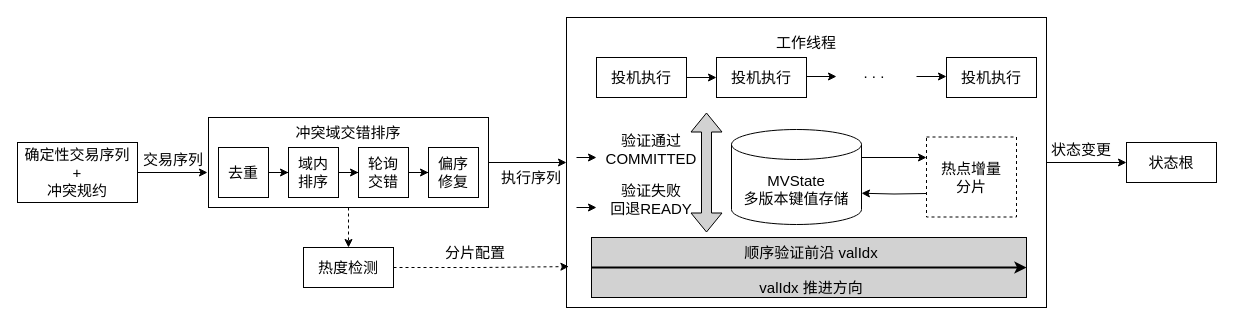
Before: page "第 6 页" (4 of 8) of 论文手绘图.drawio in cynic-1/Graphs, a draw.io diagram. Source tidied: cells renumbered, new cells numbered last; positions are measured from the earlier drawing's top-left corner, leaving out a move shared by most shapes. Both pictures are drawn from the tidied source at 100%, with x=0, y=0 at pixel (17, 17).
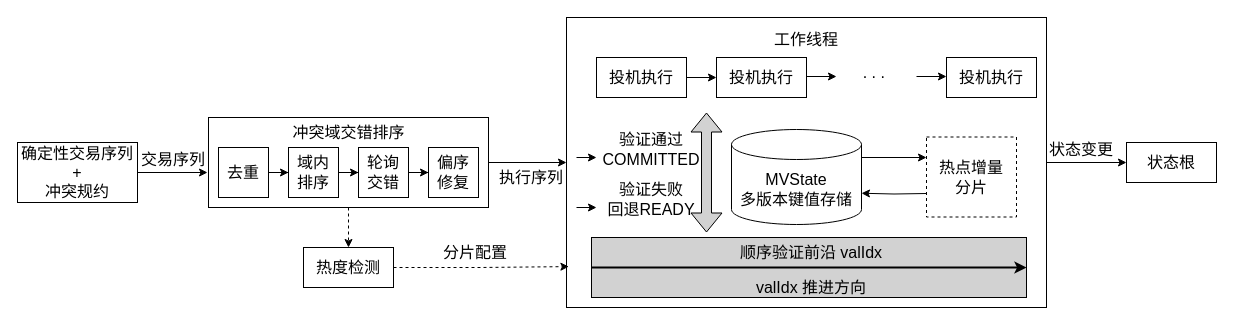
The same diagram, later.

Commit message:
更新论文手绘图.drawio

The edit, as a diff of the source:
```diff
@@
-    <mxCell id="2" style="edgeStyle=orthogonalEdgeStyle;rounded=0;jettySize=auto;html=1;entryX=0.5;entryY=0;entryDx=0;entryDy=0;dashed=1;" parent="1" edge="1" source="4" target="15">
+    <mxCell id="2" style="edgeStyle=orthogonalEdgeStyle;rounded=0;jettySize=auto;html=1;entryX=0.5;entryY=0;entryDx=0;entryDy=0;dashed=1;fontSize=16;" parent="1" edge="1" source="4" target="15">
       <mxGeometry relative="1" as="geometry" />
     </mxCell>
-    <mxCell id="3" style="edgeStyle=orthogonalEdgeStyle;rounded=0;jettySize=auto;html=1;entryX=0;entryY=0.5;entryDx=0;entryDy=0;" parent="1" edge="1" source="4" target="17">
+    <mxCell id="3" style="edgeStyle=orthogonalEdgeStyle;rounded=0;jettySize=auto;html=1;entryX=0;entryY=0.5;entryDx=0;entryDy=0;fontSize=16;" parent="1" edge="1" source="4" target="17">
       <mxGeometry relative="1" as="geometry" />
     </mxCell>
-    <mxCell id="4" style="rounded=0;whiteSpace=wrap;html=1;" parent="1" vertex="1">
+    <mxCell id="4" style="rounded=0;whiteSpace=wrap;html=1;fontSize=16;" parent="1" vertex="1">
       <mxGeometry x="191" y="100" width="280" height="90" as="geometry" />
     </mxCell>
-    <mxCell id="5" style="edgeStyle=orthogonalEdgeStyle;rounded=0;orthogonalLoop=1;jettySize=auto;html=1;entryX=0;entryY=0.5;entryDx=0;entryDy=0;" parent="1" edge="1">
+    <mxCell id="5" style="edgeStyle=orthogonalEdgeStyle;rounded=0;orthogonalLoop=1;jettySize=auto;html=1;entryX=0;entryY=0.5;entryDx=0;entryDy=0;fontSize=16;" parent="1" edge="1">
       <mxGeometry relative="1" as="geometry">
         <mxPoint x="120" y="155" as="sourcePoint" />
         <mxPoint x="190" y="155" as="targetPoint" />
       </mxGeometry>
     </mxCell>
-    <mxCell id="6" value="&lt;font style=&quot;font-size: 15px;&quot;&gt;确定性交易序列&lt;/font&gt;&lt;div&gt;&lt;font style=&quot;font-size: 15px;&quot;&gt;+&lt;/font&gt;&lt;/div&gt;&lt;div&gt;&lt;font style=&quot;font-size: 15px;&quot;&gt;冲突规约&lt;/font&gt;&lt;/div&gt;" style="rounded=0;whiteSpace=wrap;html=1;" parent="1" vertex="1">
+    <mxCell id="6" value="&lt;font&gt;确定性交易序列&lt;/font&gt;&lt;div&gt;&lt;font&gt;+&lt;/font&gt;&lt;/div&gt;&lt;div&gt;&lt;font&gt;冲突规约&lt;/font&gt;&lt;/div&gt;" style="rounded=0;whiteSpace=wrap;html=1;fontSize=16;" parent="1" vertex="1">
       <mxGeometry y="125" width="120" height="60" as="geometry" />
     </mxCell>
-    <mxCell id="7" value="&lt;font style=&quot;font-size: 15px;&quot;&gt;冲突域交错排序&lt;/font&gt;" style="text;html=1;whiteSpace=wrap;strokeColor=none;fillColor=none;align=center;verticalAlign=middle;rounded=0;" parent="1" vertex="1">
-      <mxGeometry x="276" y="100" width="110" height="30" as="geometry" />
+    <mxCell id="7" value="&lt;font&gt;冲突域交错排序&lt;/font&gt;" style="text;html=1;whiteSpace=wrap;strokeColor=none;fillColor=none;align=center;verticalAlign=middle;rounded=0;fontSize=16;" parent="1" vertex="1">
+      <mxGeometry x="269.5" y="100" width="123" height="30" as="geometry" />
     </mxCell>
-    <mxCell id="8" style="edgeStyle=orthogonalEdgeStyle;rounded=0;jettySize=auto;html=1;exitX=1;exitY=0.5;exitDx=0;exitDy=0;" parent="1" edge="1" source="9" target="11">
+    <mxCell id="8" style="edgeStyle=orthogonalEdgeStyle;rounded=0;jettySize=auto;html=1;exitX=1;exitY=0.5;exitDx=0;exitDy=0;fontSize=16;" parent="1" edge="1" source="9" target="11">
       <mxGeometry relative="1" as="geometry" />
     </mxCell>
-    <mxCell id="9" value="去重" style="rounded=0;whiteSpace=wrap;html=1;fontSize=15;" parent="1" vertex="1">
+    <mxCell id="9" value="去重" style="rounded=0;whiteSpace=wrap;html=1;fontSize=16;" parent="1" vertex="1">
       <mxGeometry x="201" y="130" width="50" height="50" as="geometry" />
     </mxCell>
-    <mxCell id="10" style="edgeStyle=orthogonalEdgeStyle;rounded=0;jettySize=auto;html=1;" parent="1" edge="1" source="11" target="13">
+    <mxCell id="10" style="edgeStyle=orthogonalEdgeStyle;rounded=0;jettySize=auto;html=1;fontSize=16;" parent="1" edge="1" source="11" target="13">
       <mxGeometry relative="1" as="geometry" />
     </mxCell>
-    <mxCell id="11" value="域内&lt;div&gt;排序&lt;/div&gt;" style="rounded=0;whiteSpace=wrap;html=1;fontSize=15;" parent="1" vertex="1">
+    <mxCell id="11" value="域内&lt;div&gt;排序&lt;/div&gt;" style="rounded=0;whiteSpace=wrap;html=1;fontSize=16;" parent="1" vertex="1">
       <mxGeometry x="271" y="130" width="50" height="50" as="geometry" />
     </mxCell>
-    <mxCell id="12" style="edgeStyle=orthogonalEdgeStyle;rounded=0;jettySize=auto;html=1;entryX=0;entryY=0.5;entryDx=0;entryDy=0;" parent="1" edge="1" source="13" target="14">
+    <mxCell id="12" style="edgeStyle=orthogonalEdgeStyle;rounded=0;jettySize=auto;html=1;entryX=0;entryY=0.5;entryDx=0;entryDy=0;fontSize=16;" parent="1" edge="1" source="13" target="14">
       <mxGeometry relative="1" as="geometry" />
     </mxCell>
-    <mxCell id="13" value="轮询&lt;div&gt;交错&lt;/div&gt;" style="rounded=0;whiteSpace=wrap;html=1;fontSize=15;fontFamily=Helvetica;" parent="1" vertex="1">
+    <mxCell id="13" value="轮询&lt;div&gt;交错&lt;/div&gt;" style="rounded=0;whiteSpace=wrap;html=1;fontSize=16;fontFamily=Helvetica;" parent="1" vertex="1">
       <mxGeometry x="341" y="130" width="50" height="50" as="geometry" />
     </mxCell>
-    <mxCell id="14" value="偏序&lt;div&gt;修复&lt;/div&gt;" style="rounded=0;whiteSpace=wrap;html=1;fontSize=15;" parent="1" vertex="1">
+    <mxCell id="14" value="偏序&lt;div&gt;修复&lt;/div&gt;" style="rounded=0;whiteSpace=wrap;html=1;fontSize=16;" parent="1" vertex="1">
       <mxGeometry x="411" y="130" width="50" height="50" as="geometry" />
     </mxCell>
-    <mxCell id="15" value="热度检测" style="rounded=0;whiteSpace=wrap;html=1;fontSize=15;" parent="1" vertex="1">
+    <mxCell id="15" value="热度检测" style="rounded=0;whiteSpace=wrap;html=1;fontSize=16;" parent="1" vertex="1">
       <mxGeometry x="286" y="230" width="90" height="40" as="geometry" />
     </mxCell>
-    <mxCell id="16" style="edgeStyle=orthogonalEdgeStyle;rounded=0;jettySize=auto;html=1;exitX=1;exitY=0.5;exitDx=0;exitDy=0;entryX=0;entryY=0.5;entryDx=0;entryDy=0;" parent="1" edge="1" source="17" target="41">
+    <mxCell id="16" style="edgeStyle=orthogonalEdgeStyle;rounded=0;jettySize=auto;html=1;exitX=1;exitY=0.5;exitDx=0;exitDy=0;entryX=0;entryY=0.5;entryDx=0;entryDy=0;fontSize=16;" parent="1" edge="1" source="17" target="41">
       <mxGeometry relative="1" as="geometry" />
     </mxCell>
-    <mxCell id="17" style="rounded=0;whiteSpace=wrap;html=1;" parent="1" vertex="1">
+    <mxCell id="17" style="rounded=0;whiteSpace=wrap;html=1;fontSize=16;" parent="1" vertex="1">
       <mxGeometry x="549" width="480" height="290" as="geometry" />
     </mxCell>
-    <mxCell id="18" value="工作线程" style="text;html=1;whiteSpace=wrap;strokeColor=none;fillColor=none;align=center;verticalAlign=middle;rounded=0;fontSize=15;" parent="1" vertex="1">
-      <mxGeometry x="734" y="10" width="110" height="30" as="geometry" />
+    <mxCell id="18" value="工作线程" style="text;html=1;whiteSpace=wrap;strokeColor=none;fillColor=none;align=center;verticalAlign=middle;rounded=0;fontSize=16;" parent="1" vertex="1">
+      <mxGeometry x="734" y="7" width="110" height="30" as="geometry" />
     </mxCell>
-    <mxCell id="19" style="edgeStyle=orthogonalEdgeStyle;rounded=0;jettySize=auto;html=1;entryX=0.005;entryY=0.859;entryDx=0;entryDy=0;entryPerimeter=0;dashed=1;" parent="1" edge="1" source="15" target="17">
+    <mxCell id="19" style="edgeStyle=orthogonalEdgeStyle;rounded=0;jettySize=auto;html=1;entryX=0.005;entryY=0.859;entryDx=0;entryDy=0;entryPerimeter=0;dashed=1;fontSize=16;" parent="1" edge="1" source="15" target="17">
       <mxGeometry relative="1" as="geometry" />
     </mxCell>
-    <mxCell id="20" value="分片配置" style="text;html=1;whiteSpace=wrap;strokeColor=none;fillColor=none;align=center;verticalAlign=middle;rounded=0;fontSize=15;" parent="1" vertex="1">
+    <mxCell id="20" value="分片配置" style="text;html=1;whiteSpace=wrap;strokeColor=none;fillColor=none;align=center;verticalAlign=middle;rounded=0;fontSize=16;" parent="1" vertex="1">
       <mxGeometry x="403" y="220" width="110" height="30" as="geometry" />
     </mxCell>
-    <mxCell id="21" style="edgeStyle=orthogonalEdgeStyle;rounded=0;jettySize=auto;html=1;entryX=0;entryY=0.5;entryDx=0;entryDy=0;" parent="1" edge="1" source="22" target="23">
+    <mxCell id="21" style="edgeStyle=orthogonalEdgeStyle;rounded=0;jettySize=auto;html=1;entryX=0;entryY=0.5;entryDx=0;entryDy=0;fontSize=16;" parent="1" edge="1" source="22" target="23">
       <mxGeometry relative="1" as="geometry" />
     </mxCell>
-    <mxCell id="22" value="投机执行" style="rounded=0;whiteSpace=wrap;html=1;fontSize=15;" parent="1" vertex="1">
+    <mxCell id="22" value="投机执行" style="rounded=0;whiteSpace=wrap;html=1;fontSize=16;" parent="1" vertex="1">
       <mxGeometry x="579" y="40" width="90" height="40" as="geometry" />
     </mxCell>
-    <mxCell id="23" value="投机执行" style="rounded=0;whiteSpace=wrap;html=1;fontSize=15;" parent="1" vertex="1">
+    <mxCell id="23" value="投机执行" style="rounded=0;whiteSpace=wrap;html=1;fontSize=16;" parent="1" vertex="1">
       <mxGeometry x="699" y="40" width="90" height="40" as="geometry" />
     </mxCell>
-    <mxCell id="24" value="投机执行" style="rounded=0;whiteSpace=wrap;html=1;fontSize=15;" parent="1" vertex="1">
+    <mxCell id="24" value="投机执行" style="rounded=0;whiteSpace=wrap;html=1;fontSize=16;" parent="1" vertex="1">
       <mxGeometry x="929" y="40" width="90" height="40" as="geometry" />
     </mxCell>
-    <mxCell id="25" style="edgeStyle=orthogonalEdgeStyle;rounded=0;orthogonalLoop=1;jettySize=auto;html=1;entryX=0;entryY=0.5;entryDx=0;entryDy=0;" parent="1" edge="1">
+    <mxCell id="25" style="edgeStyle=orthogonalEdgeStyle;rounded=0;orthogonalLoop=1;jettySize=auto;html=1;entryX=0;entryY=0.5;entryDx=0;entryDy=0;fontSize=16;" parent="1" edge="1">
       <mxGeometry relative="1" as="geometry">
         <mxPoint x="789" y="59" as="sourcePoint" />
         <mxPoint x="819" y="59" as="targetPoint" />
       </mxGeometry>
     </mxCell>
-    <mxCell id="26" value=". . .&amp;nbsp;" style="text;html=1;whiteSpace=wrap;strokeColor=none;fillColor=none;align=center;verticalAlign=middle;rounded=0;fontSize=15;" parent="1" vertex="1">
+    <mxCell id="26" value=". . .&amp;nbsp;" style="text;html=1;whiteSpace=wrap;strokeColor=none;fillColor=none;align=center;verticalAlign=middle;rounded=0;fontSize=16;" parent="1" vertex="1">
       <mxGeometry x="819" y="40" width="80" height="30" as="geometry" />
     </mxCell>
-    <mxCell id="27" style="edgeStyle=orthogonalEdgeStyle;rounded=0;orthogonalLoop=1;jettySize=auto;html=1;entryX=0;entryY=0.5;entryDx=0;entryDy=0;" parent="1" edge="1">
+    <mxCell id="27" style="edgeStyle=orthogonalEdgeStyle;rounded=0;orthogonalLoop=1;jettySize=auto;html=1;entryX=0;entryY=0.5;entryDx=0;entryDy=0;fontSize=16;" parent="1" edge="1">
       <mxGeometry relative="1" as="geometry">
         <mxPoint x="899" y="59" as="sourcePoint" />
         <mxPoint x="929" y="59" as="targetPoint" />
       </mxGeometry>
     </mxCell>
-    <mxCell id="28" style="edgeStyle=orthogonalEdgeStyle;rounded=0;orthogonalLoop=1;jettySize=auto;html=1;entryX=0;entryY=0.5;entryDx=0;entryDy=0;" parent="1" edge="1">
+    <mxCell id="28" style="edgeStyle=orthogonalEdgeStyle;rounded=0;orthogonalLoop=1;jettySize=auto;html=1;entryX=0;entryY=0.5;entryDx=0;entryDy=0;fontSize=16;" parent="1" edge="1">
       <mxGeometry relative="1" as="geometry">
         <mxPoint x="559" y="140" as="sourcePoint" />
         <mxPoint x="579" y="140" as="targetPoint" />
       </mxGeometry>
     </mxCell>
-    <mxCell id="29" value="验证通过&lt;div&gt;COMMITTED&lt;/div&gt;" style="text;html=1;whiteSpace=wrap;strokeColor=none;fillColor=none;align=center;verticalAlign=middle;rounded=0;fontSize=15;" parent="1" vertex="1">
+    <mxCell id="29" value="验证通过&lt;div&gt;COMMITTED&lt;/div&gt;" style="text;html=1;whiteSpace=wrap;strokeColor=none;fillColor=none;align=center;verticalAlign=middle;rounded=0;fontSize=16;" parent="1" vertex="1">
       <mxGeometry x="579" y="107" width="110" height="50" as="geometry" />
     </mxCell>
-    <mxCell id="30" style="edgeStyle=orthogonalEdgeStyle;rounded=0;orthogonalLoop=1;jettySize=auto;html=1;entryX=0;entryY=0.5;entryDx=0;entryDy=0;" parent="1" edge="1">
+    <mxCell id="30" style="edgeStyle=orthogonalEdgeStyle;rounded=0;orthogonalLoop=1;jettySize=auto;html=1;entryX=0;entryY=0.5;entryDx=0;entryDy=0;fontSize=16;" parent="1" edge="1">
       <mxGeometry relative="1" as="geometry">
         <mxPoint x="559" y="190" as="sourcePoint" />
         <mxPoint x="579" y="190" as="targetPoint" />
       </mxGeometry>
     </mxCell>
-    <mxCell id="31" value="验证失败&lt;div&gt;回退READY&lt;/div&gt;" style="text;html=1;whiteSpace=wrap;strokeColor=none;fillColor=none;align=center;verticalAlign=middle;rounded=0;fontSize=15;" parent="1" vertex="1">
+    <mxCell id="31" value="验证失败&lt;div&gt;回退READY&lt;/div&gt;" style="text;html=1;whiteSpace=wrap;strokeColor=none;fillColor=none;align=center;verticalAlign=middle;rounded=0;fontSize=16;" parent="1" vertex="1">
       <mxGeometry x="579" y="157" width="110" height="50" as="geometry" />
     </mxCell>
-    <mxCell id="32" value="&lt;font style=&quot;font-size: 15px;&quot;&gt;MVState&lt;/font&gt;&lt;div&gt;&lt;font style=&quot;font-size: 15px;&quot;&gt;多版本键值存储&lt;/font&gt;&lt;/div&gt;" style="shape=cylinder3;whiteSpace=wrap;html=1;boundedLbl=1;backgroundOutline=1;size=15;" parent="1" vertex="1">
+    <mxCell id="32" value="&lt;font&gt;MVState&lt;/font&gt;&lt;div&gt;&lt;font&gt;多版本键值存储&lt;/font&gt;&lt;/div&gt;" style="shape=cylinder3;whiteSpace=wrap;html=1;boundedLbl=1;backgroundOutline=1;size=15;fontSize=16;" parent="1" vertex="1">
       <mxGeometry x="714" y="112" width="130" height="95" as="geometry" />
     </mxCell>
-    <mxCell id="33" value="热点增量&lt;div&gt;分片&lt;/div&gt;" style="rounded=0;whiteSpace=wrap;html=1;fontSize=15;dashed=1;" parent="1" vertex="1">
+    <mxCell id="33" value="热点增量&lt;div&gt;分片&lt;/div&gt;" style="rounded=0;whiteSpace=wrap;html=1;fontSize=16;dashed=1;" parent="1" vertex="1">
       <mxGeometry x="909" y="119.5" width="90" height="80" as="geometry" />
     </mxCell>
-    <mxCell id="34" style="edgeStyle=orthogonalEdgeStyle;rounded=0;orthogonalLoop=1;jettySize=auto;html=1;" parent="1" edge="1">
+    <mxCell id="34" style="edgeStyle=orthogonalEdgeStyle;rounded=0;orthogonalLoop=1;jettySize=auto;html=1;fontSize=16;" parent="1" edge="1">
       <mxGeometry relative="1" as="geometry">
         <mxPoint x="844" y="140" as="sourcePoint" />
         <mxPoint x="909" y="140" as="targetPoint" />
       </mxGeometry>
     </mxCell>
-    <mxCell id="35" style="edgeStyle=orthogonalEdgeStyle;rounded=0;jettySize=auto;html=1;entryX=1;entryY=0;entryDx=0;entryDy=63.75;entryPerimeter=0;" parent="1" edge="1" target="32">
+    <mxCell id="35" style="edgeStyle=orthogonalEdgeStyle;rounded=0;jettySize=auto;html=1;entryX=1;entryY=0;entryDx=0;entryDy=63.75;entryPerimeter=0;fontSize=16;" parent="1" edge="1" target="32">
       <mxGeometry relative="1" as="geometry">
         <mxPoint x="909" y="176" as="sourcePoint" />
       </mxGeometry>
     </mxCell>
-    <mxCell id="36" style="rounded=0;whiteSpace=wrap;html=1;fillColor=#D2D2D2;" parent="1" vertex="1">
+    <mxCell id="36" style="rounded=0;whiteSpace=wrap;html=1;fillColor=#D2D2D2;fontSize=16;" parent="1" vertex="1">
       <mxGeometry x="574" y="220" width="435" height="60" as="geometry" />
     </mxCell>
-    <mxCell id="37" value="顺序验证前沿 valIdx" style="text;html=1;whiteSpace=wrap;strokeColor=none;fillColor=none;align=center;verticalAlign=middle;rounded=0;fontSize=15;" parent="1" vertex="1">
+    <mxCell id="37" value="顺序验证前沿 valIdx" style="text;html=1;whiteSpace=wrap;strokeColor=none;fillColor=none;align=center;verticalAlign=middle;rounded=0;fontSize=16;" parent="1" vertex="1">
       <mxGeometry x="619" y="220" width="350" height="30" as="geometry" />
     </mxCell>
-    <mxCell id="38" value="valIdx 推进方向" style="text;html=1;whiteSpace=wrap;strokeColor=none;fillColor=none;align=center;verticalAlign=middle;rounded=0;fontSize=15;" parent="1" vertex="1">
+    <mxCell id="38" value="valIdx 推进方向" style="text;html=1;whiteSpace=wrap;strokeColor=none;fillColor=none;align=center;verticalAlign=middle;rounded=0;fontSize=16;" parent="1" vertex="1">
       <mxGeometry x="619" y="255" width="350" height="30" as="geometry" />
     </mxCell>
-    <mxCell id="39" style="endArrow=classic;html=1;rounded=0;entryX=1;entryY=0.5;entryDx=0;entryDy=0;exitX=0;exitY=0.5;exitDx=0;exitDy=0;strokeWidth=2;" parent="1" edge="1" source="36" target="36">
+    <mxCell id="39" style="endArrow=classic;html=1;rounded=0;entryX=1;entryY=0.5;entryDx=0;entryDy=0;exitX=0;exitY=0.5;exitDx=0;exitDy=0;strokeWidth=2;fontSize=16;" parent="1" edge="1" source="36" target="36">
       <mxGeometry relative="1" as="geometry" />
     </mxCell>
-    <mxCell id="40" style="shape=flexArrow;endArrow=classic;startArrow=classic;html=1;rounded=0;fillColor=#D2D2D2;" parent="1" edge="1">
+    <mxCell id="40" style="shape=flexArrow;endArrow=classic;startArrow=classic;html=1;rounded=0;fillColor=#D2D2D2;fontSize=16;" parent="1" edge="1">
       <mxGeometry relative="1" as="geometry">
         <mxPoint x="689" y="215" as="sourcePoint" />
         <mxPoint x="689" y="95" as="targetPoint" />
       </mxGeometry>
     </mxCell>
-    <mxCell id="41" value="状态根" style="rounded=0;whiteSpace=wrap;html=1;fontSize=15;" parent="1" vertex="1">
+    <mxCell id="41" value="状态根" style="rounded=0;whiteSpace=wrap;html=1;fontSize=16;" parent="1" vertex="1">
       <mxGeometry x="1109" y="125" width="90" height="40" as="geometry" />
     </mxCell>
-    <mxCell id="42" value="状态变更" style="text;html=1;whiteSpace=wrap;strokeColor=none;fillColor=none;align=center;verticalAlign=middle;rounded=0;fontSize=15;" parent="1" vertex="1">
+    <mxCell id="42" value="状态变更" style="text;html=1;whiteSpace=wrap;strokeColor=none;fillColor=none;align=center;verticalAlign=middle;rounded=0;fontSize=16;" parent="1" vertex="1">
       <mxGeometry x="1009" y="117" width="110" height="30" as="geometry" />
     </mxCell>
-    <mxCell id="43" value="交易序列" style="text;html=1;whiteSpace=wrap;strokeColor=none;fillColor=none;align=center;verticalAlign=middle;rounded=0;fontSize=15;" parent="1" vertex="1">
+    <mxCell id="43" value="交易序列" style="text;html=1;whiteSpace=wrap;strokeColor=none;fillColor=none;align=center;verticalAlign=middle;rounded=0;fontSize=16;" parent="1" vertex="1">
       <mxGeometry x="101" y="127" width="110" height="30" as="geometry" />
     </mxCell>
-    <mxCell id="44" value="执行序列" style="text;html=1;whiteSpace=wrap;strokeColor=none;fillColor=none;align=center;verticalAlign=middle;rounded=0;fontSize=15;" parent="1" vertex="1">
+    <mxCell id="44" value="执行序列" style="text;html=1;whiteSpace=wrap;strokeColor=none;fillColor=none;align=center;verticalAlign=middle;rounded=0;fontSize=16;" parent="1" vertex="1">
       <mxGeometry x="459" y="144.5" width="110" height="30" as="geometry" />
     </mxCell>
```
